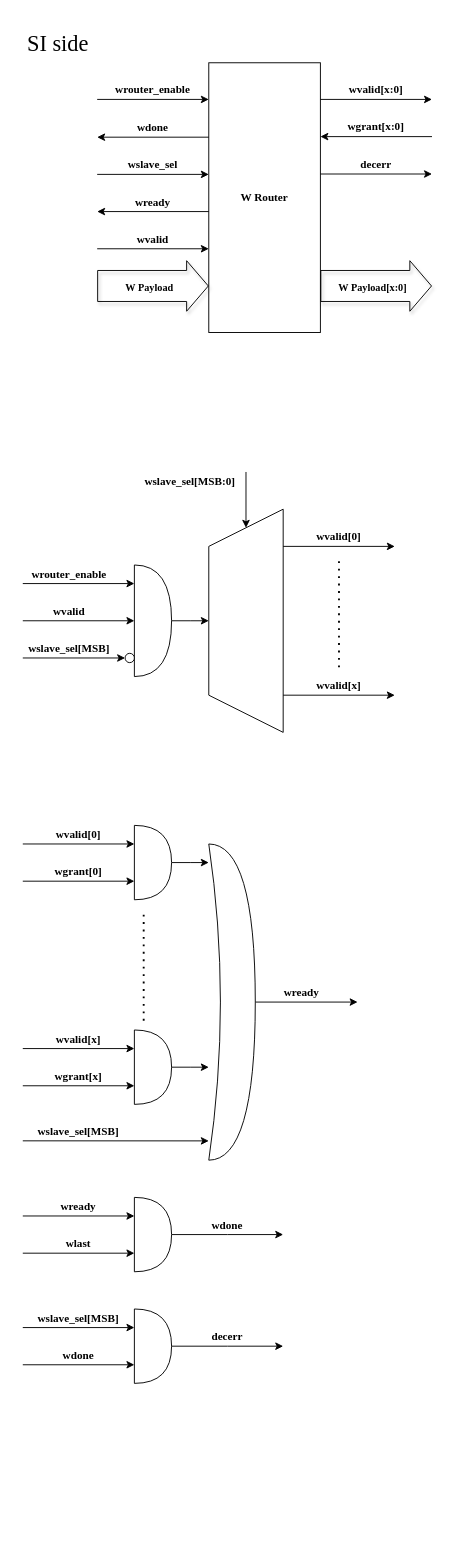
Earlier version of the draw.io diagram page "W Router" (8 of 14) of VG_AxiBus/Doc/axi4_ver0.2.drawio (nguyenquanicd/VG_RTL). Source tidied: cells renumbered, new cells numbered last; positions are measured from the earlier drawing's top-left corner, leaving out a move shared by most shapes. Both pictures are drawn from the tidied source at 93%, with x=0, y=0 at pixel (22, 25).
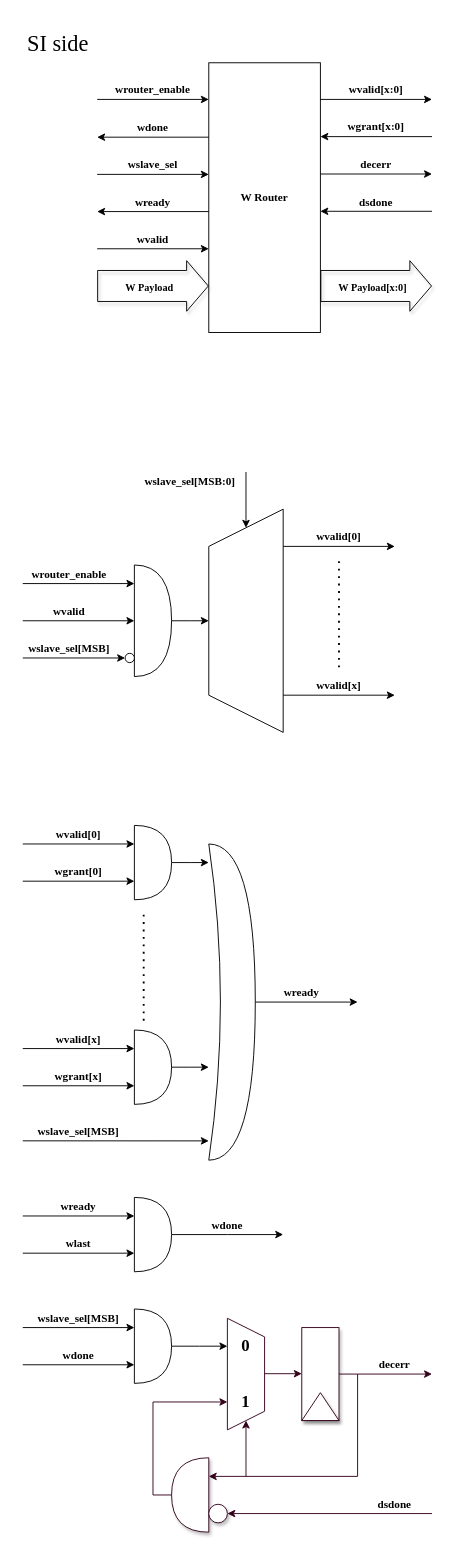
The same page after the edit.

Unchanged cells that the change refers to:
```xml
<mxCell id="70" style="shape=or;whiteSpace=wrap;html=1;" parent="1" vertex="1">
  <mxGeometry x="120" y="1380" width="40" height="80" as="geometry" />
</mxCell>
```

The edit, as a diff of the source:
```diff
@@
     <mxCell id="69" style="edgeStyle=orthogonalEdgeStyle;rounded=0;jettySize=auto;html=1;" parent="1" edge="1" source="70">
       <mxGeometry relative="1" as="geometry">
-        <mxPoint x="280" y="1420" as="targetPoint" />
+        <mxPoint x="220" y="1420" as="targetPoint" />
       </mxGeometry>
     </mxCell>
@@
     <mxCell id="73" value="&lt;b&gt;&lt;font face=&quot;Times New Roman&quot;&gt;decerr&lt;/font&gt;&lt;/b&gt;" style="text;html=1;strokeColor=none;fillColor=none;align=center;verticalAlign=middle;whiteSpace=wrap;rounded=0;" parent="1" vertex="1">
-      <mxGeometry x="200" y="1400" width="40" height="20" as="geometry" />
+      <mxGeometry x="380" y="1430" width="40" height="20" as="geometry" />
     </mxCell>
@@
+    <mxCell id="76" style="edgeStyle=orthogonalEdgeStyle;rounded=0;jettySize=auto;html=1;strokeColor=#33001A;" parent="1" edge="1" source="77">
+      <mxGeometry relative="1" as="geometry">
+        <mxPoint x="240" y="1500" as="targetPoint" />
+        <Array as="points">
+          <mxPoint x="360" y="1450" />
+          <mxPoint x="360" y="1560" />
+          <mxPoint x="240" y="1560" />
+        </Array>
+      </mxGeometry>
+    </mxCell>
+    <mxCell id="77" style="rounded=0;whiteSpace=wrap;html=1;shadow=1;strokeColor=#33001A;" parent="1" vertex="1">
+      <mxGeometry x="300" y="1400" width="40" height="100" as="geometry" />
+    </mxCell>
+    <mxCell id="78" style="triangle;whiteSpace=wrap;html=1;shadow=1;strokeColor=#33001A;rotation=-90;" parent="1" vertex="1">
+      <mxGeometry x="305" y="1465" width="30" height="40" as="geometry" />
+    </mxCell>
+    <mxCell id="79" style="endArrow=none;html=1;fontFamily=Helvetica;fontSize=11;fontColor=#000000;align=center;strokeColor=#33001A;" parent="1" edge="1">
+      <mxGeometry relative="1" as="geometry">
+        <mxPoint x="220" y="1510" as="sourcePoint" />
+        <mxPoint x="220" y="1390" as="targetPoint" />
+      </mxGeometry>
+    </mxCell>
+    <mxCell id="80" style="endArrow=none;html=1;strokeColor=#33001A;" parent="1" edge="1">
+      <mxGeometry relative="1" as="geometry">
+        <mxPoint x="260" y="1490" as="sourcePoint" />
+        <mxPoint x="260" y="1410" as="targetPoint" />
+      </mxGeometry>
+    </mxCell>
+    <mxCell id="81" style="endArrow=none;html=1;strokeColor=#33001A;" parent="1" edge="1">
+      <mxGeometry relative="1" as="geometry">
+        <mxPoint x="220" y="1510" as="sourcePoint" />
+        <mxPoint x="260" y="1490" as="targetPoint" />
+      </mxGeometry>
+    </mxCell>
+    <mxCell id="82" style="endArrow=none;html=1;strokeColor=#33001A;" parent="1" edge="1">
+      <mxGeometry relative="1" as="geometry">
+        <mxPoint x="220" y="1390" as="sourcePoint" />
+        <mxPoint x="260" y="1410" as="targetPoint" />
+      </mxGeometry>
+    </mxCell>
+    <mxCell id="83" style="endArrow=classic;html=1;strokeColor=#33001A;" parent="1" edge="1">
+      <mxGeometry relative="1" as="geometry">
+        <mxPoint x="260" y="1449.6" as="sourcePoint" />
+        <mxPoint x="300" y="1449.6" as="targetPoint" />
+      </mxGeometry>
+    </mxCell>
+    <mxCell id="84" style="endArrow=classic;html=1;strokeColor=#33001A;" parent="1" edge="1">
+      <mxGeometry relative="1" as="geometry">
+        <mxPoint x="360" y="1450" as="sourcePoint" />
+        <mxPoint x="440" y="1450" as="targetPoint" />
+      </mxGeometry>
+    </mxCell>
+    <mxCell id="85" style="edgeStyle=orthogonalEdgeStyle;rounded=0;jettySize=auto;html=1;strokeColor=#33001A;" parent="1" edge="1" source="86">
+      <mxGeometry relative="1" as="geometry">
+        <mxPoint x="220" y="1480" as="targetPoint" />
+        <Array as="points">
+          <mxPoint x="140" y="1580" />
+          <mxPoint x="140" y="1480" />
+        </Array>
+      </mxGeometry>
+    </mxCell>
+    <mxCell id="86" style="shape=or;whiteSpace=wrap;html=1;shadow=1;strokeColor=#33001A;rotation=-180;" parent="1" vertex="1">
+      <mxGeometry x="160" y="1540" width="40" height="80" as="geometry" />
+    </mxCell>
+    <mxCell id="87" style="endArrow=classic;html=1;strokeColor=#33001A;entryX=0;entryY=0.75;entryDx=0;entryDy=0;entryPerimeter=0;" parent="1" edge="1" target="86">
+      <mxGeometry relative="1" as="geometry">
+        <mxPoint x="240" y="1560" as="sourcePoint" />
+      </mxGeometry>
+    </mxCell>
+    <mxCell id="88" style="ellipse;whiteSpace=wrap;html=1;shadow=1;strokeColor=#33001A;" parent="1" vertex="1">
+      <mxGeometry x="200" y="1590" width="20" height="20" as="geometry" />
+    </mxCell>
+    <mxCell id="89" style="endArrow=classic;html=1;strokeColor=#33001A;entryX=1;entryY=0.5;entryDx=0;entryDy=0;" parent="1" edge="1" target="88">
+      <mxGeometry relative="1" as="geometry">
+        <mxPoint x="440" y="1600" as="sourcePoint" />
+      </mxGeometry>
+    </mxCell>
+    <mxCell id="90" value="&lt;div&gt;&lt;b&gt;&lt;font face=&quot;Times New Roman&quot;&gt;dsdone&lt;/font&gt;&lt;/b&gt;&lt;/div&gt;" style="text;html=1;strokeColor=none;fillColor=none;align=center;verticalAlign=middle;whiteSpace=wrap;rounded=0;" parent="1" vertex="1">
+      <mxGeometry x="380" y="1580" width="40" height="20" as="geometry" />
+    </mxCell>
+    <mxCell id="91" value="&lt;font style=&quot;font-size: 18px&quot;&gt;&lt;b&gt;&lt;font face=&quot;Times New Roman&quot;&gt;1&lt;/font&gt;&lt;/b&gt;&lt;/font&gt;" style="text;html=1;strokeColor=none;fillColor=none;align=center;verticalAlign=middle;whiteSpace=wrap;rounded=0;shadow=1;" parent="1" vertex="1">
+      <mxGeometry x="230" y="1470" width="20" height="20" as="geometry" />
+    </mxCell>
+    <mxCell id="92" value="&lt;b&gt;&lt;font style=&quot;font-size: 18px&quot; face=&quot;Times New Roman&quot;&gt;0&lt;/font&gt;&lt;/b&gt;" style="text;html=1;strokeColor=none;fillColor=none;align=center;verticalAlign=middle;whiteSpace=wrap;rounded=0;shadow=1;" parent="1" vertex="1">
+      <mxGeometry x="230" y="1410" width="20" height="20" as="geometry" />
+    </mxCell>
+    <mxCell id="93" style="endArrow=classic;html=1;shadow=0;strokeColor=#000000;fillColor=#004C99;" parent="1" edge="1">
+      <mxGeometry relative="1" as="geometry">
+        <mxPoint x="440" y="199.7" as="sourcePoint" />
+        <mxPoint x="320" y="199.7" as="targetPoint" />
+      </mxGeometry>
+    </mxCell>
+    <mxCell id="94" value="&lt;font face=&quot;Times New Roman&quot;&gt;&lt;b&gt;dsdone&lt;/b&gt;&lt;/font&gt;" style="text;html=1;strokeColor=none;fillColor=none;align=center;verticalAlign=middle;whiteSpace=wrap;rounded=0;" parent="1" vertex="1">
+      <mxGeometry x="360" y="179.7" width="40" height="20" as="geometry" />
+    </mxCell>
```
